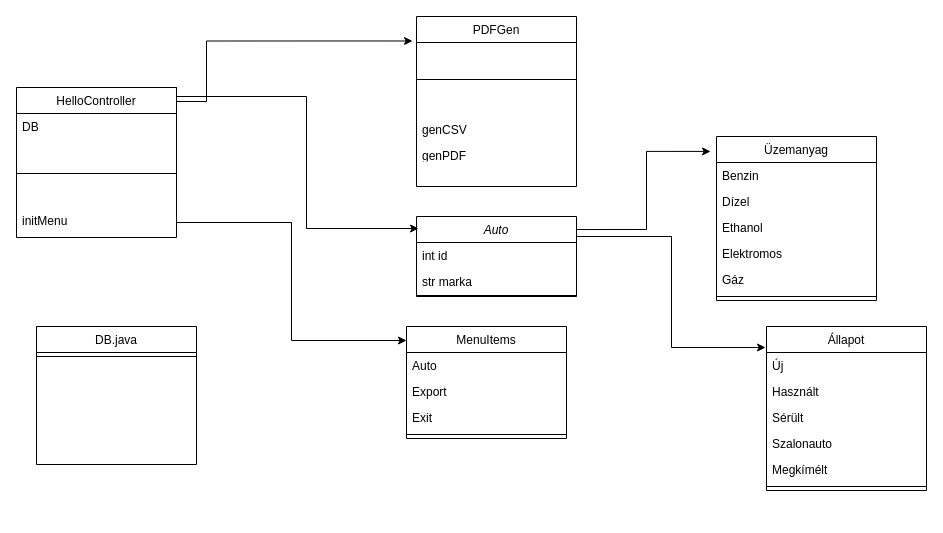
The draw.io diagram Megnevezetlen diagram.drawio in LILGALA/SkibidiSuliproject, before the edit. Source tidied: cells renumbered, new cells numbered last; positions are measured from the earlier drawing's top-left corner, leaving out a move shared by most shapes. Both pictures are drawn from the tidied source at 100%, with x=0, y=0 at pixel (16, 16).
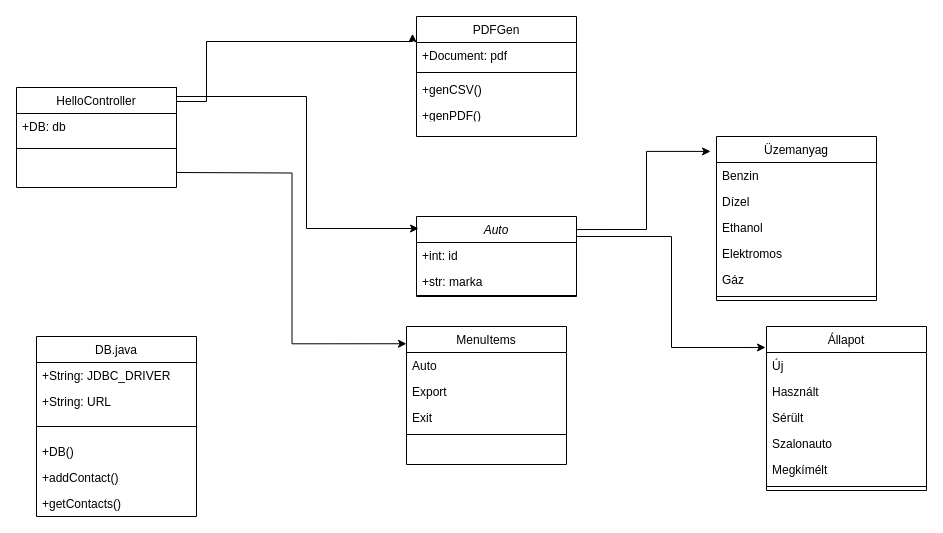
Above is the later version.

The change refers to these unchanged cells:
```xml
<mxCell id="2" value="Auto" style="swimlane;fontStyle=2;align=center;verticalAlign=top;horizontal=1;startSize=26;rounded=0;shadow=0;strokeWidth=1;" parent="1" vertex="1">
  <mxGeometry x="400" y="200" width="160" height="80" as="geometry" />
</mxCell>
```

Change to the diagram source:
```diff
@@
-    <mxCell id="3" value="int id" style="text;align=left;verticalAlign=top;spacingLeft=4;spacingRight=4;overflow=hidden;" parent="2" vertex="1">
+    <mxCell id="3" value="+int: id&#10;" style="text;align=left;verticalAlign=top;spacingLeft=4;spacingRight=4;overflow=hidden;" parent="2" vertex="1">
       <mxGeometry y="26" width="160" height="26" as="geometry" />
     </mxCell>
-    <mxCell id="4" value="str marka" style="text;align=left;verticalAlign=top;spacingLeft=4;spacingRight=4;overflow=hidden;rounded=0;shadow=0;html=0;" parent="2" vertex="1">
+    <mxCell id="4" value="+str: marka" style="text;align=left;verticalAlign=top;spacingLeft=4;spacingRight=4;overflow=hidden;rounded=0;shadow=0;html=0;" parent="2" vertex="1">
       <mxGeometry y="52" width="160" height="26" as="geometry" />
     </mxCell>
@@
     <mxCell id="6" value="DB.java" style="swimlane;fontStyle=0;align=center;verticalAlign=top;horizontal=1;startSize=26;rounded=0;shadow=0;strokeWidth=1;" parent="1" vertex="1">
-      <mxGeometry x="20" y="310" width="160" height="138" as="geometry" />
+      <mxGeometry x="20" y="320" width="160" height="180" as="geometry" />
     </mxCell>
+    <mxCell id="40" value="+String: JDBC_DRIVER" style="text;align=left;verticalAlign=top;spacingLeft=4;spacingRight=4;overflow=hidden;" parent="6" vertex="1">
+      <mxGeometry y="26" width="160" height="26" as="geometry" />
+    </mxCell>
+    <mxCell id="41" value="+String: URL" style="text;align=left;verticalAlign=top;spacingLeft=4;spacingRight=4;overflow=hidden;" parent="6" vertex="1">
+      <mxGeometry y="52" width="160" height="26" as="geometry" />
+    </mxCell>
     <mxCell id="7" style="line;html=1;strokeWidth=1;align=left;verticalAlign=middle;spacingTop=-1;spacingLeft=3;spacingRight=3;labelPosition=right;" parent="6" vertex="1">
-      <mxGeometry y="26" width="160" height="8" as="geometry" />
+      <mxGeometry y="78" width="160" height="24" as="geometry" />
     </mxCell>
+    <mxCell id="42" value="+DB()" style="text;align=left;verticalAlign=top;spacingLeft=4;spacingRight=4;overflow=hidden;" parent="6" vertex="1">
+      <mxGeometry y="102" width="160" height="26" as="geometry" />
+    </mxCell>
+    <mxCell id="43" value="+addContact()" style="text;align=left;verticalAlign=top;spacingLeft=4;spacingRight=4;overflow=hidden;" parent="6" vertex="1">
+      <mxGeometry y="128" width="160" height="26" as="geometry" />
+    </mxCell>
+    <mxCell id="44" value="+getContacts()" style="text;align=left;verticalAlign=top;spacingLeft=4;spacingRight=4;overflow=hidden;" parent="6" vertex="1">
+      <mxGeometry y="154" width="160" height="26" as="geometry" />
+    </mxCell>
     <mxCell id="8" value="PDFGen" style="swimlane;fontStyle=0;align=center;verticalAlign=top;horizontal=1;startSize=26;rounded=0;shadow=0;strokeWidth=1;" parent="1" vertex="1">
-      <mxGeometry x="400" width="160" height="170" as="geometry" />
+      <mxGeometry x="400" width="160" height="120" as="geometry" />
     </mxCell>
+    <mxCell id="45" value="+Document: pdf" style="text;align=left;verticalAlign=top;spacingLeft=4;spacingRight=4;overflow=hidden;rounded=0;shadow=0;html=0;" parent="8" vertex="1">
+      <mxGeometry y="26" width="160" height="26" as="geometry" />
+    </mxCell>
     <mxCell id="9" style="line;html=1;strokeWidth=1;align=left;verticalAlign=middle;spacingTop=-1;spacingLeft=3;spacingRight=3;labelPosition=right;" parent="8" vertex="1">
-      <mxGeometry y="26" width="160" height="74" as="geometry" />
+      <mxGeometry y="52" width="160" height="8" as="geometry" />
     </mxCell>
-    <mxCell id="10" value="genCSV" style="text;align=left;verticalAlign=top;spacingLeft=4;spacingRight=4;overflow=hidden;rounded=0;shadow=0;html=0;" parent="8" vertex="1">
-      <mxGeometry y="100" width="160" height="26" as="geometry" />
+    <mxCell id="10" value="+genCSV()" style="text;align=left;verticalAlign=top;spacingLeft=4;spacingRight=4;overflow=hidden;rounded=0;shadow=0;html=0;" parent="8" vertex="1">
+      <mxGeometry y="60" width="160" height="26" as="geometry" />
     </mxCell>
-    <mxCell id="11" value="genPDF" style="text;align=left;verticalAlign=top;spacingLeft=4;spacingRight=4;overflow=hidden;rounded=0;shadow=0;html=0;" parent="8" vertex="1">
-      <mxGeometry y="126" width="160" height="14" as="geometry" />
+    <mxCell id="11" value="+genPDF()" style="text;align=left;verticalAlign=top;spacingLeft=4;spacingRight=4;overflow=hidden;rounded=0;shadow=0;html=0;" parent="8" vertex="1">
+      <mxGeometry y="86" width="160" height="14" as="geometry" />
     </mxCell>
@@
     <mxCell id="19" value="HelloController" style="swimlane;fontStyle=0;align=center;verticalAlign=top;horizontal=1;startSize=26;rounded=0;shadow=0;strokeWidth=1;" parent="1" vertex="1">
-      <mxGeometry y="71" width="160" height="150" as="geometry" />
+      <mxGeometry y="71" width="160" height="100" as="geometry" />
     </mxCell>
-    <mxCell id="20" value="DB" style="text;align=left;verticalAlign=top;spacingLeft=4;spacingRight=4;overflow=hidden;rounded=0;shadow=0;html=0;" parent="19" vertex="1">
+    <mxCell id="20" value="+DB: db" style="text;align=left;verticalAlign=top;spacingLeft=4;spacingRight=4;overflow=hidden;rounded=0;shadow=0;html=0;" parent="19" vertex="1">
       <mxGeometry y="26" width="160" height="26" as="geometry" />
     </mxCell>
     <mxCell id="21" style="line;html=1;strokeWidth=1;align=left;verticalAlign=middle;spacingTop=-1;spacingLeft=3;spacingRight=3;labelPosition=right;" parent="19" vertex="1">
-      <mxGeometry y="52" width="160" height="68" as="geometry" />
+      <mxGeometry y="52" width="160" height="18" as="geometry" />
     </mxCell>
-    <mxCell id="22" value="initMenu" style="text;align=left;verticalAlign=top;spacingLeft=4;spacingRight=4;overflow=hidden;points=[[0,0.5],[1,0.5]];portConstraint=eastwest;rounded=0;shadow=0;html=0;" parent="19" vertex="1">
-      <mxGeometry y="120" width="160" height="30" as="geometry" />
-    </mxCell>
@@
     <mxCell id="30" value="MenuItems" style="swimlane;fontStyle=0;align=center;verticalAlign=top;horizontal=1;startSize=26;rounded=0;shadow=0;strokeWidth=1;" parent="1" vertex="1">
-      <mxGeometry x="390" y="310" width="160" height="112" as="geometry" />
+      <mxGeometry x="390" y="310" width="160" height="138" as="geometry" />
     </mxCell>
@@
-    <mxCell id="39" style="edgeStyle=orthogonalEdgeStyle;rounded=0;jettySize=auto;html=1;entryX=0;entryY=0.125;entryDx=0;entryDy=0;entryPerimeter=0;" parent="1" edge="1" source="22" target="30">
-      <mxGeometry relative="1" as="geometry" />
+    <mxCell id="39" style="edgeStyle=orthogonalEdgeStyle;rounded=0;jettySize=auto;html=1;entryX=0;entryY=0.125;entryDx=0;entryDy=0;entryPerimeter=0;" parent="1" edge="1" target="30">
+      <mxGeometry relative="1" as="geometry">
+        <mxPoint x="160" y="156" as="sourcePoint" />
+      </mxGeometry>
     </mxCell>
```
